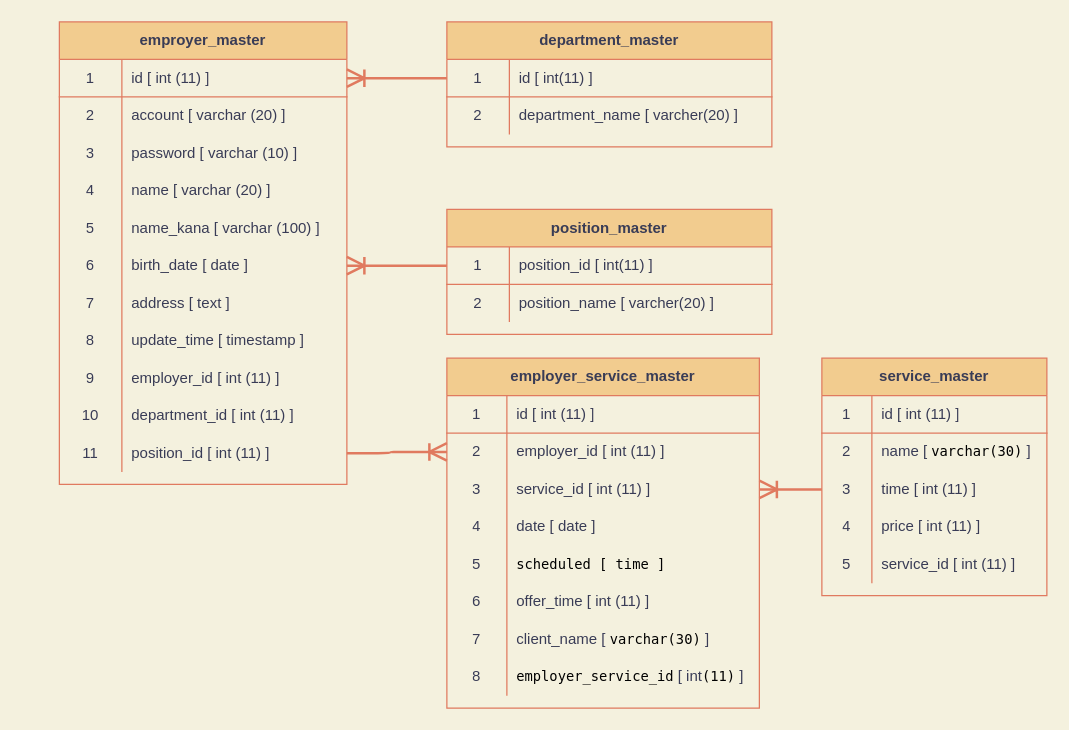
Earlier version of the draw.io diagram ER図.dio (masakichi-eng/akarie-work). Source tidied: cells renumbered, new cells numbered last; positions are measured from the earlier drawing's top-left corner, leaving out a move shared by most shapes. Both pictures are drawn from the tidied source at 125%, with x=0, y=0 at pixel (59, 21).
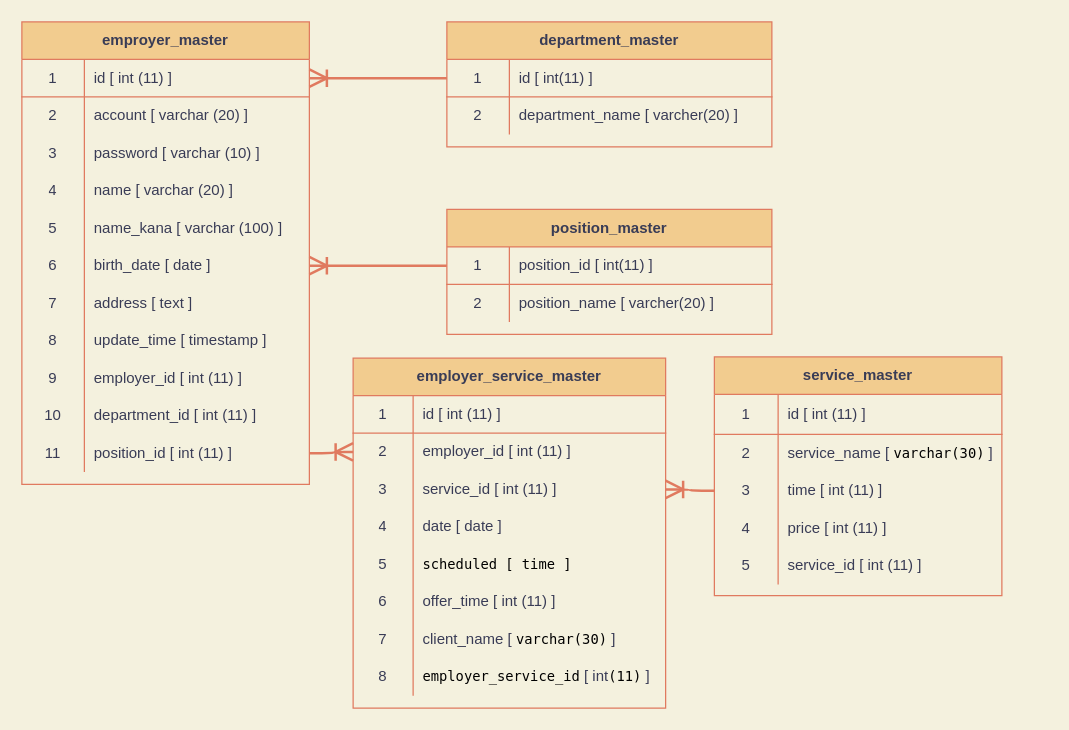
The same diagram, later.

Commit message (it also covers changes not shown here):
fix/employer_service_list

The change refers to these unchanged cells:
```xml
<mxCell id="43" style="shape=partialRectangle;html=1;whiteSpace=wrap;fillColor=none;top=0;left=0;bottom=0;right=0;points=[[0,0.5],[1,0.5]];portConstraint=eastwest;strokeColor=#E07A5F;fontColor=#393C56;" parent="36" vertex="1">
  <mxGeometry y="90" width="250" height="30" as="geometry" />
</mxCell>
```

What changed in the source:
```diff
@@
     <mxCell id="2" value="emproyer_master" style="shape=table;html=1;whiteSpace=wrap;startSize=30;childLayout=tableLayout;rowLines=0;fontStyle=1;align=center;fillColor=#F2CC8F;strokeColor=#E07A5F;fontColor=#393C56;" parent="1" vertex="1">
-      <mxGeometry width="230" height="370" as="geometry" />
+      <mxGeometry x="-30" width="230" height="370" as="geometry" />
     </mxCell>
@@
     <mxCell id="36" value="employer_service_master" style="shape=table;html=1;whiteSpace=wrap;startSize=30;childLayout=tableLayout;rowLines=0;fontStyle=1;align=center;fillColor=#F2CC8F;strokeColor=#E07A5F;fontColor=#393C56;" parent="1" vertex="1">
-      <mxGeometry x="310" y="269" width="250" height="280" as="geometry" />
+      <mxGeometry x="235" y="269" width="250" height="280" as="geometry" />
     </mxCell>
@@
     <mxCell id="61" value="service_master" style="shape=table;html=1;whiteSpace=wrap;startSize=30;childLayout=tableLayout;rowLines=0;fontStyle=1;align=center;fillColor=#F2CC8F;strokeColor=#E07A5F;fontColor=#393C56;" parent="1" vertex="1">
-      <mxGeometry x="610" y="269" width="180" height="190" as="geometry" />
+      <mxGeometry x="524" y="268" width="230" height="191" as="geometry" />
     </mxCell>
     <mxCell id="62" style="shape=partialRectangle;html=1;whiteSpace=wrap;fillColor=none;top=0;left=0;bottom=1;right=0;strokeColor=#E07A5F;fontColor=#393C56;" parent="61" vertex="1">
-      <mxGeometry y="30" width="180" height="30" as="geometry" />
+      <mxGeometry y="30" width="230" height="32" as="geometry" />
     </mxCell>
     <mxCell id="63" value="1" style="shape=partialRectangle;html=1;whiteSpace=wrap;fillColor=none;top=0;left=0;bottom=0;right=0;overflow=hidden;strokeColor=#E07A5F;fontColor=#393C56;" parent="62" vertex="1">
-      <mxGeometry width="40" height="30" as="geometry" />
+      <mxGeometry width="51" height="32" as="geometry" />
     </mxCell>
     <mxCell id="64" value="id [ int (11) ]" style="shape=partialRectangle;html=1;whiteSpace=wrap;fillColor=none;top=0;left=0;bottom=0;right=0;align=left;spacingLeft=6;overflow=hidden;strokeColor=#E07A5F;fontColor=#393C56;" parent="62" vertex="1">
-      <mxGeometry x="40" width="140" height="30" as="geometry" />
+      <mxGeometry x="51" width="179" height="32" as="geometry" />
     </mxCell>
     <mxCell id="65" style="shape=partialRectangle;html=1;whiteSpace=wrap;fillColor=none;top=0;left=0;bottom=0;right=0;strokeColor=#E07A5F;fontColor=#393C56;" parent="61" vertex="1">
-      <mxGeometry y="60" width="180" height="30" as="geometry" />
+      <mxGeometry y="62" width="230" height="30" as="geometry" />
     </mxCell>
     <mxCell id="66" value="2" style="shape=partialRectangle;html=1;whiteSpace=wrap;fillColor=none;top=0;left=0;bottom=0;right=0;overflow=hidden;strokeColor=#E07A5F;fontColor=#393C56;" parent="65" vertex="1">
-      <mxGeometry width="40" height="30" as="geometry" />
+      <mxGeometry width="51" height="30" as="geometry" />
     </mxCell>
-    <mxCell id="67" value="name [&amp;nbsp;&lt;span style=&quot;color: rgb(0 , 0 , 0) ; font-family: &amp;#34;menlo&amp;#34; ; font-size: 11px&quot;&gt;varchar(30)&lt;/span&gt;&amp;nbsp;]" style="shape=partialRectangle;html=1;whiteSpace=wrap;fillColor=none;top=0;left=0;bottom=0;right=0;align=left;spacingLeft=6;overflow=hidden;strokeColor=#E07A5F;fontColor=#393C56;" parent="65" vertex="1">
-      <mxGeometry x="40" width="140" height="30" as="geometry" />
+    <mxCell id="67" value="service_name [&amp;nbsp;&lt;span style=&quot;color: rgb(0 , 0 , 0) ; font-family: &amp;#34;menlo&amp;#34; ; font-size: 11px&quot;&gt;varchar(30)&lt;/span&gt;&amp;nbsp;]" style="shape=partialRectangle;html=1;whiteSpace=wrap;fillColor=none;top=0;left=0;bottom=0;right=0;align=left;spacingLeft=6;overflow=hidden;strokeColor=#E07A5F;fontColor=#393C56;" parent="65" vertex="1">
+      <mxGeometry x="51" width="179" height="30" as="geometry" />
     </mxCell>
     <mxCell id="68" style="shape=partialRectangle;html=1;whiteSpace=wrap;fillColor=none;top=0;left=0;bottom=0;right=0;points=[[0,0.5],[1,0.5]];portConstraint=eastwest;strokeColor=#E07A5F;fontColor=#393C56;" parent="61" vertex="1">
-      <mxGeometry y="90" width="180" height="30" as="geometry" />
+      <mxGeometry y="92" width="230" height="30" as="geometry" />
     </mxCell>
     <mxCell id="69" value="3" style="shape=partialRectangle;html=1;whiteSpace=wrap;fillColor=none;top=0;left=0;bottom=0;right=0;overflow=hidden;strokeColor=#E07A5F;fontColor=#393C56;" parent="68" vertex="1">
-      <mxGeometry width="40" height="30" as="geometry" />
+      <mxGeometry width="51" height="30" as="geometry" />
     </mxCell>
     <mxCell id="70" value="time [ int (11) ]" style="shape=partialRectangle;html=1;whiteSpace=wrap;fillColor=none;top=0;left=0;bottom=0;right=0;align=left;spacingLeft=6;overflow=hidden;strokeColor=#E07A5F;fontColor=#393C56;" parent="68" vertex="1">
-      <mxGeometry x="40" width="140" height="30" as="geometry" />
+      <mxGeometry x="51" width="179" height="30" as="geometry" />
     </mxCell>
     <mxCell id="71" style="shape=partialRectangle;html=1;whiteSpace=wrap;fillColor=none;top=0;left=0;bottom=0;right=0;strokeColor=#E07A5F;fontColor=#393C56;" parent="61" vertex="1">
-      <mxGeometry y="120" width="180" height="30" as="geometry" />
+      <mxGeometry y="122" width="230" height="30" as="geometry" />
     </mxCell>
     <mxCell id="72" value="4" style="shape=partialRectangle;html=1;whiteSpace=wrap;fillColor=none;top=0;left=0;bottom=0;right=0;overflow=hidden;strokeColor=#E07A5F;fontColor=#393C56;" parent="71" vertex="1">
-      <mxGeometry width="40" height="30" as="geometry" />
+      <mxGeometry width="51" height="30" as="geometry" />
     </mxCell>
     <mxCell id="73" value="price [ int (11) ]" style="shape=partialRectangle;html=1;whiteSpace=wrap;fillColor=none;top=0;left=0;bottom=0;right=0;align=left;spacingLeft=6;overflow=hidden;strokeColor=#E07A5F;fontColor=#393C56;" parent="71" vertex="1">
-      <mxGeometry x="40" width="140" height="30" as="geometry" />
+      <mxGeometry x="51" width="179" height="30" as="geometry" />
     </mxCell>
     <mxCell id="74" style="shape=partialRectangle;html=1;whiteSpace=wrap;fillColor=none;top=0;left=0;bottom=0;right=0;strokeColor=#E07A5F;fontColor=#393C56;" parent="61" vertex="1">
-      <mxGeometry y="150" width="180" height="30" as="geometry" />
+      <mxGeometry y="152" width="230" height="30" as="geometry" />
     </mxCell>
     <mxCell id="75" value="5" style="shape=partialRectangle;html=1;whiteSpace=wrap;fillColor=none;top=0;left=0;bottom=0;right=0;overflow=hidden;strokeColor=#E07A5F;fontColor=#393C56;" parent="74" vertex="1">
-      <mxGeometry width="40" height="30" as="geometry" />
+      <mxGeometry width="51" height="30" as="geometry" />
     </mxCell>
     <mxCell id="76" value="service_id [ int (11) ]" style="shape=partialRectangle;html=1;whiteSpace=wrap;fillColor=none;top=0;left=0;bottom=0;right=0;align=left;spacingLeft=6;overflow=hidden;strokeColor=#E07A5F;fontColor=#393C56;" parent="74" vertex="1">
-      <mxGeometry x="40" width="140" height="30" as="geometry" />
+      <mxGeometry x="51" width="179" height="30" as="geometry" />
     </mxCell>
@@
-    <mxCell id="78" style="edgeStyle=orthogonalEdgeStyle;curved=0;rounded=1;sketch=0;jumpSize=6;jettySize=auto;html=1;entryX=1;entryY=0.5;entryDx=0;entryDy=0;fontColor=#393C56;startArrow=none;startFill=0;endArrow=ERoneToMany;endFill=0;endSize=11;strokeColor=#E07A5F;strokeWidth=2;fillColor=#F2CC8F;labelBackgroundColor=#F4F1DE;" parent="1" edge="1" source="68" target="43">
+    <mxCell id="78" style="edgeStyle=orthogonalEdgeStyle;curved=0;rounded=1;sketch=0;jumpSize=6;jettySize=auto;html=1;fontColor=#393C56;startArrow=none;startFill=0;endArrow=ERoneToMany;endFill=0;endSize=11;strokeColor=#E07A5F;strokeWidth=2;fillColor=#F2CC8F;labelBackgroundColor=#F4F1DE;" parent="1" edge="1" source="68" target="43">
       <mxGeometry relative="1" as="geometry" />
     </mxCell>
```
